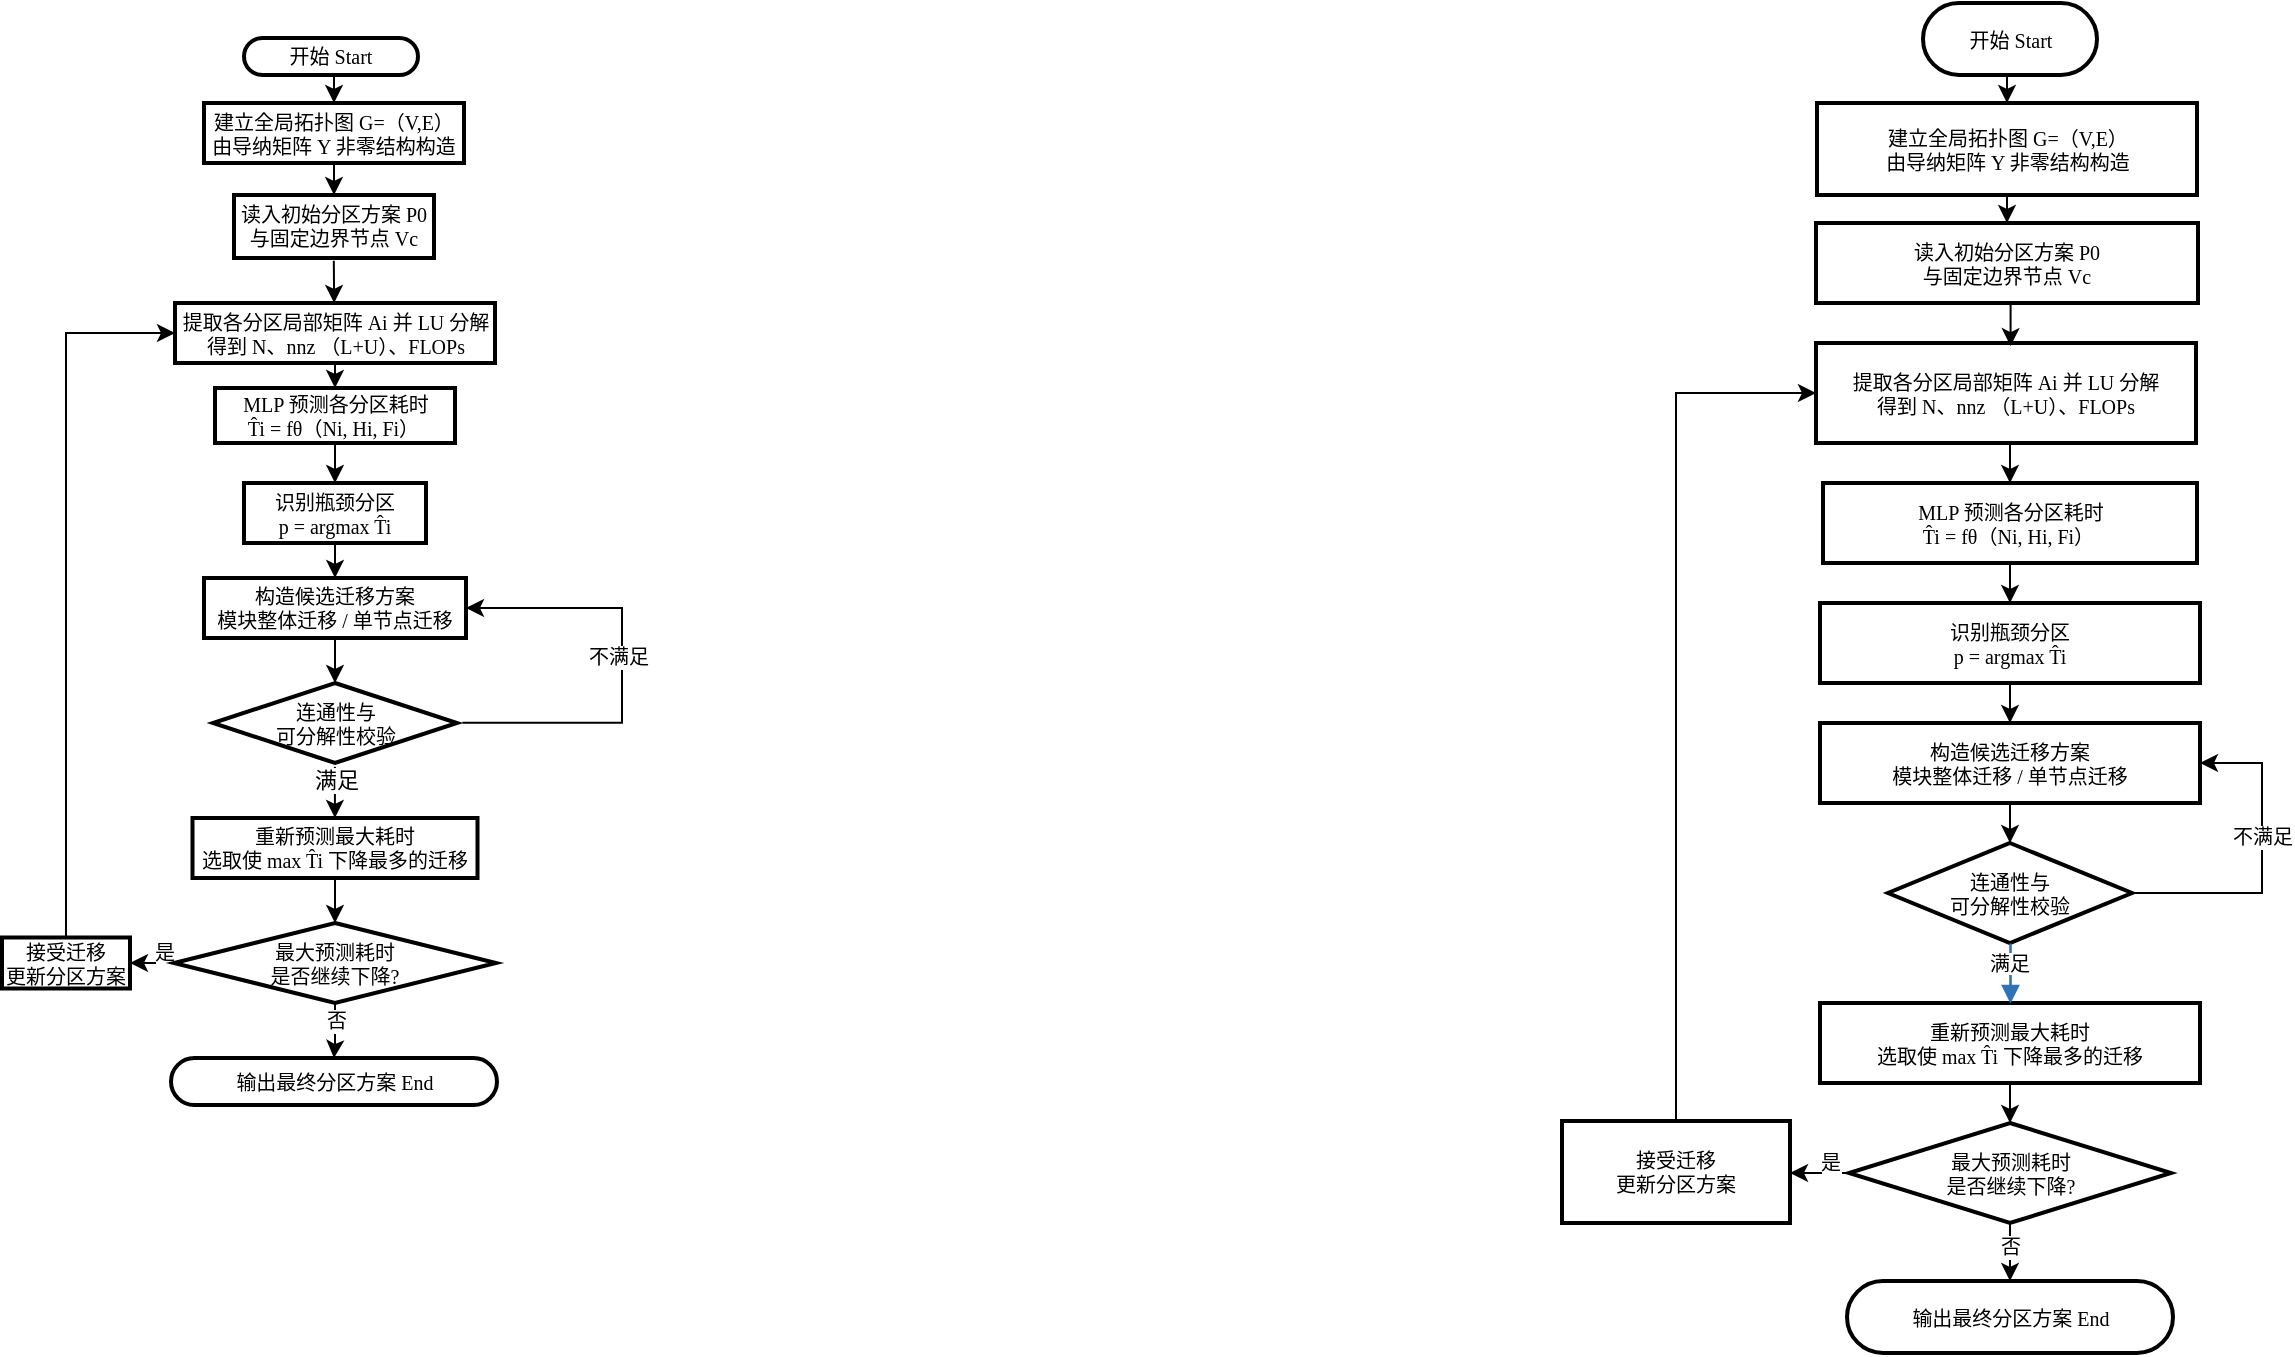
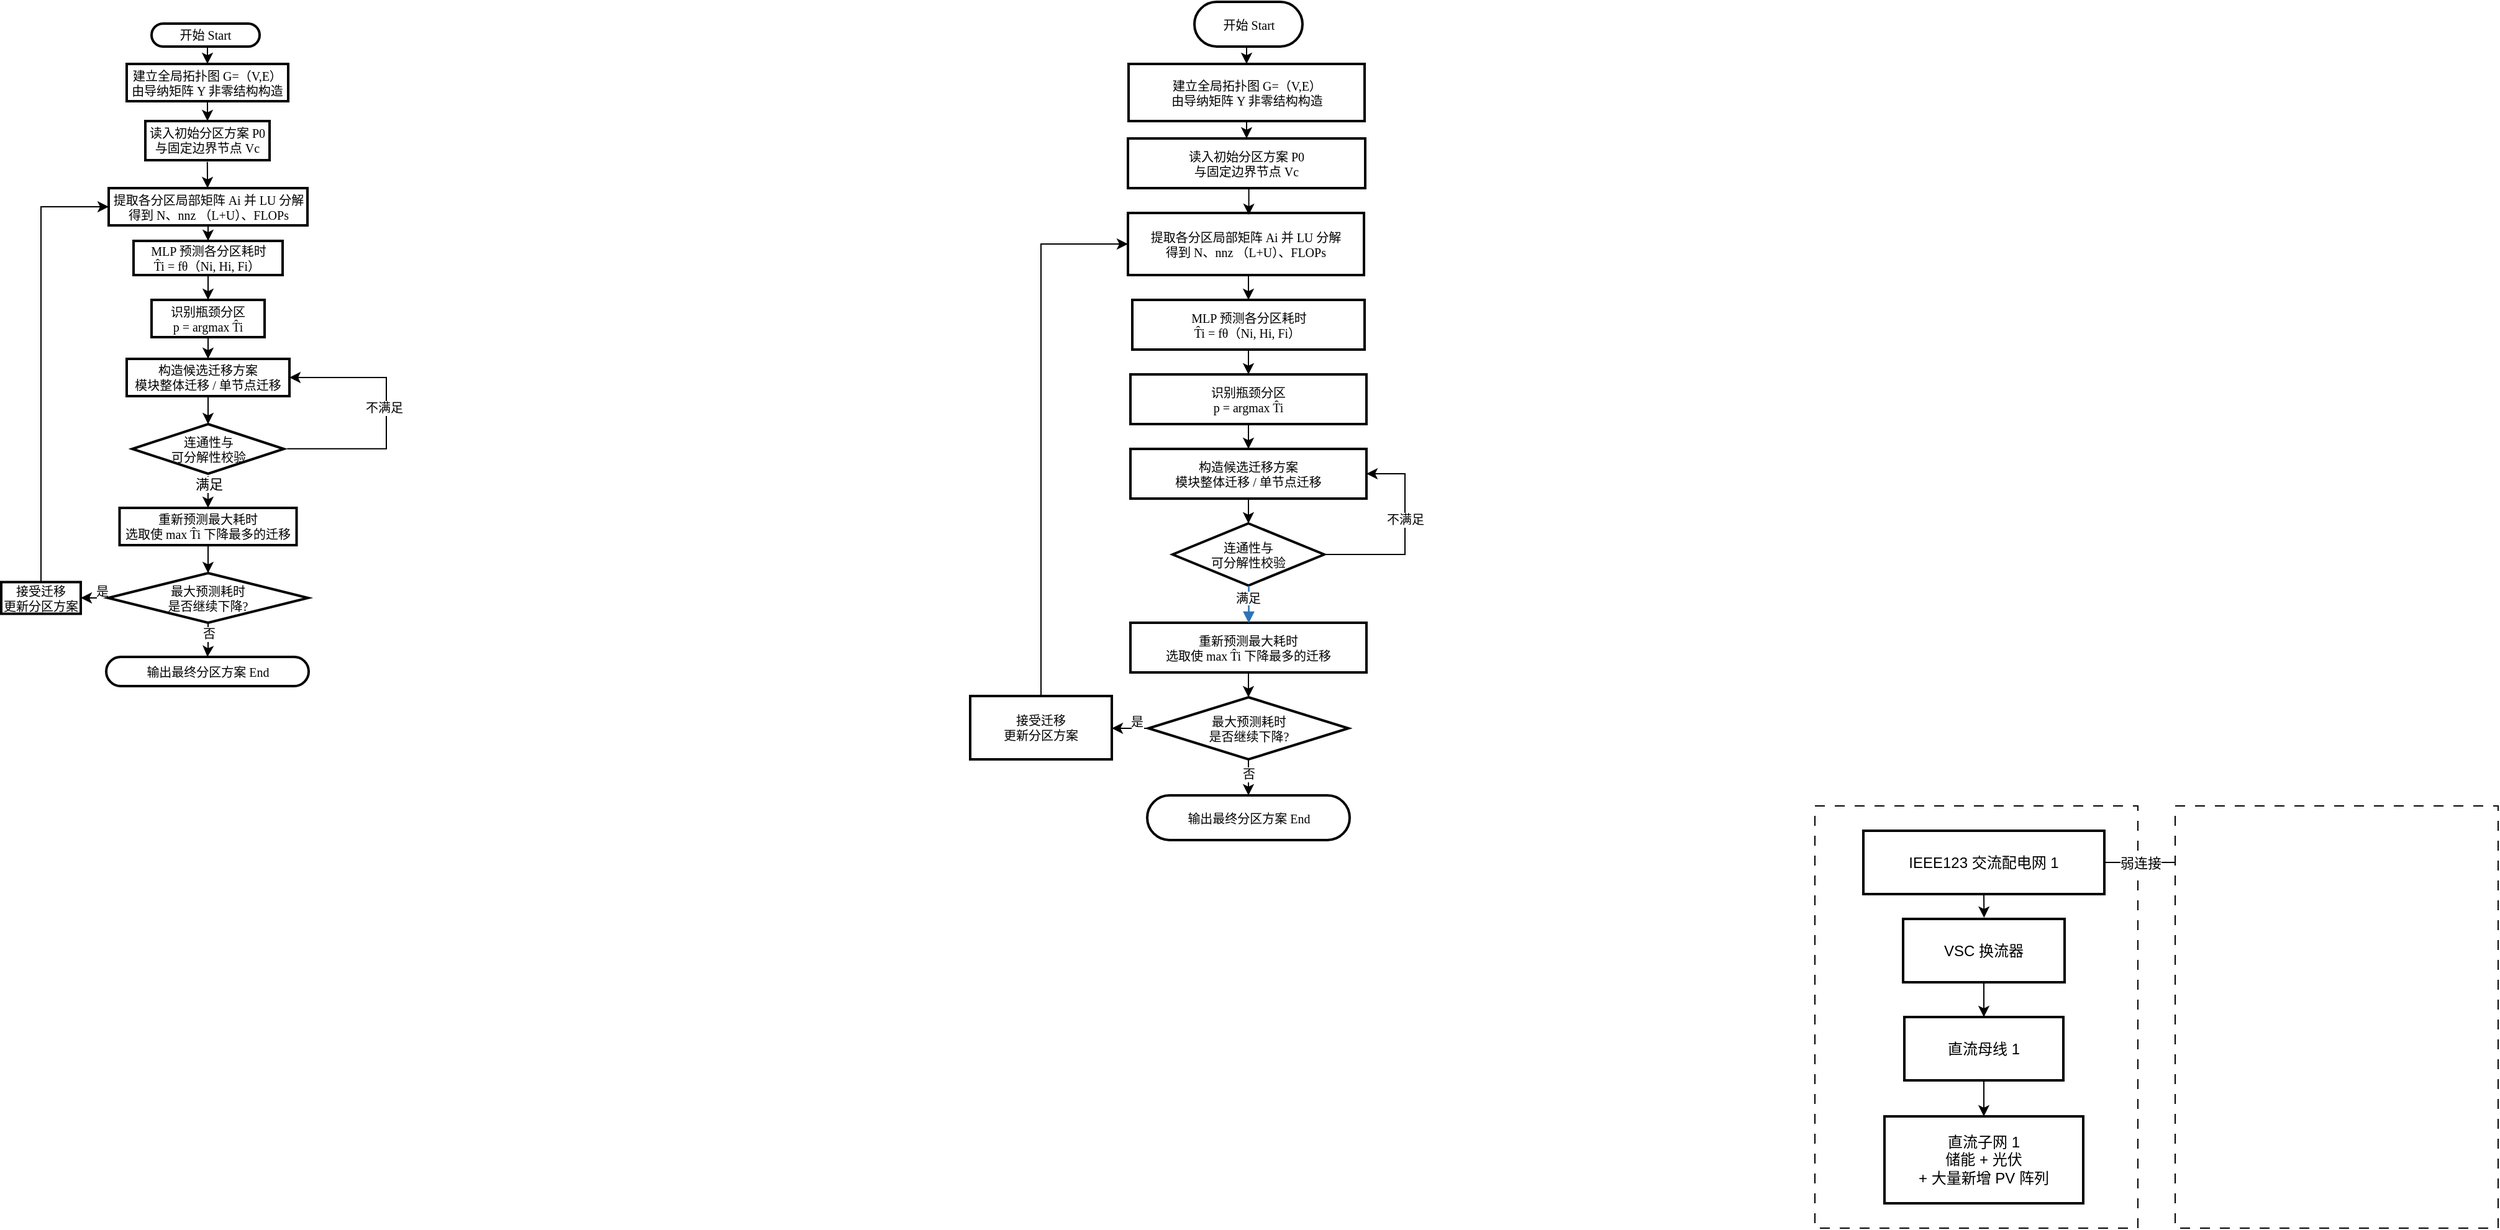
<mxfile host="app.diagrams.net">
  <diagram id="C5RBs43oDa-KdzZeNtuy" name="Page-1">
-     <mxGraphModel dx="2720" dy="603" grid="1" gridSize="10" guides="1" tooltips="1" connect="1" arrows="1" fold="1" page="0" pageScale="1" pageWidth="827" pageHeight="1169" math="0" shadow="0">
+     <mxGraphModel dx="2480" dy="474" grid="1" gridSize="10" guides="1" tooltips="1" connect="1" arrows="0" fold="1" page="0" pageScale="1" pageWidth="827" pageHeight="1169" math="0" shadow="0">
      <root>
        <mxCell id="WIyWlLk6GJQsqaUBKTNV-0" />
        <mxCell id="WIyWlLk6GJQsqaUBKTNV-1" parent="WIyWlLk6GJQsqaUBKTNV-0" />
+         <mxCell id="Rnd2EKu7hbV3BZERFTsq-198" parent="WIyWlLk6GJQsqaUBKTNV-1" style="rounded=0;whiteSpace=wrap;html=1;dashed=1;dashPattern=8 8;" value="" vertex="1">
+           <mxGeometry height="340" width="260" x="30" y="950" as="geometry" />
+         </mxCell>
        <mxCell id="Rnd2EKu7hbV3BZERFTsq-74" edge="1" parent="WIyWlLk6GJQsqaUBKTNV-1" source="Rnd2EKu7hbV3BZERFTsq-25" style="edgeStyle=orthogonalEdgeStyle;rounded=0;orthogonalLoop=1;jettySize=auto;html=1;exitX=0.5;exitY=1;exitDx=0;exitDy=0;entryX=0.5;entryY=0;entryDx=0;entryDy=0;fontSize=10;fontFamily=Times New Roman;labelBorderColor=none;" target="Rnd2EKu7hbV3BZERFTsq-26">
          <mxGeometry relative="1" as="geometry" />
        </mxCell>
        <mxCell id="Rnd2EKu7hbV3BZERFTsq-25" parent="WIyWlLk6GJQsqaUBKTNV-1" style="rounded=1;whiteSpace=wrap;arcSize=50;strokeWidth=2;fontFamily=Times New Roman;fillColor=none;fontSize=10;labelBorderColor=none;align=center;" value="开始 Start" vertex="1">
          <mxGeometry height="18.5" width="87" x="-1309" y="320" as="geometry" />
        </mxCell>
        <mxCell id="Rnd2EKu7hbV3BZERFTsq-77" edge="1" parent="WIyWlLk6GJQsqaUBKTNV-1" source="Rnd2EKu7hbV3BZERFTsq-26" style="edgeStyle=orthogonalEdgeStyle;rounded=0;orthogonalLoop=1;jettySize=auto;html=1;exitX=0.5;exitY=1;exitDx=0;exitDy=0;entryX=0.5;entryY=0;entryDx=0;entryDy=0;fontSize=10;fontFamily=Times New Roman;labelBorderColor=none;" target="Rnd2EKu7hbV3BZERFTsq-27">
          <mxGeometry relative="1" as="geometry" />
        </mxCell>
        <mxCell id="Rnd2EKu7hbV3BZERFTsq-26" parent="WIyWlLk6GJQsqaUBKTNV-1" style="whiteSpace=wrap;strokeWidth=2;fontFamily=Times New Roman;fontSize=10;labelBorderColor=none;align=center;" value="建立全局拓扑图 G=（V,E）&#xa;由导纳矩阵 Y 非零结构构造" vertex="1">
          <mxGeometry height="30" width="130" x="-1329" y="352.5" as="geometry" />
        </mxCell>
        <mxCell id="Rnd2EKu7hbV3BZERFTsq-27" parent="WIyWlLk6GJQsqaUBKTNV-1" style="whiteSpace=wrap;strokeWidth=2;fontFamily=Times New Roman;fontSize=10;labelBorderColor=none;align=center;" value="读入初始分区方案 P0&#xa;与固定边界节点 Vc" vertex="1">
          <mxGeometry height="31.5" width="100" x="-1314" y="398.5" as="geometry" />
        </mxCell>
        <mxCell id="Rnd2EKu7hbV3BZERFTsq-81" edge="1" parent="WIyWlLk6GJQsqaUBKTNV-1" source="Rnd2EKu7hbV3BZERFTsq-28" style="edgeStyle=orthogonalEdgeStyle;rounded=0;orthogonalLoop=1;jettySize=auto;html=1;exitX=0.5;exitY=1;exitDx=0;exitDy=0;entryX=0.5;entryY=0;entryDx=0;entryDy=0;fontSize=10;fontFamily=Times New Roman;labelBorderColor=none;" target="Rnd2EKu7hbV3BZERFTsq-29">
          <mxGeometry relative="1" as="geometry" />
        </mxCell>
        <mxCell id="Rnd2EKu7hbV3BZERFTsq-28" parent="WIyWlLk6GJQsqaUBKTNV-1" style="whiteSpace=wrap;strokeWidth=2;fontFamily=Times New Roman;fontSize=10;labelBorderColor=none;align=center;" value="提取各分区局部矩阵 Ai 并 LU 分解&#xa;得到 N、nnz （L+U）、FLOPs" vertex="1">
          <mxGeometry height="30" width="160" x="-1343.5" y="452.5" as="geometry" />
        </mxCell>
        <mxCell id="Rnd2EKu7hbV3BZERFTsq-53" edge="1" parent="WIyWlLk6GJQsqaUBKTNV-1" source="Rnd2EKu7hbV3BZERFTsq-29" style="edgeStyle=orthogonalEdgeStyle;rounded=0;orthogonalLoop=1;jettySize=auto;html=1;exitX=0.5;exitY=1;exitDx=0;exitDy=0;entryX=0.5;entryY=0;entryDx=0;entryDy=0;fontSize=10;fontFamily=Times New Roman;labelBorderColor=none;" target="Rnd2EKu7hbV3BZERFTsq-30">
          <mxGeometry relative="1" as="geometry" />
        </mxCell>
        <mxCell id="Rnd2EKu7hbV3BZERFTsq-29" parent="WIyWlLk6GJQsqaUBKTNV-1" style="whiteSpace=wrap;strokeWidth=2;fontFamily=Times New Roman;fontSize=10;labelBorderColor=none;align=center;" value="MLP 预测各分区耗时&#xa;T̂i = fθ（Ni, Hi, Fi） " vertex="1">
          <mxGeometry height="27.5" width="120" x="-1323.5" y="495" as="geometry" />
        </mxCell>
        <mxCell id="Rnd2EKu7hbV3BZERFTsq-60" edge="1" parent="WIyWlLk6GJQsqaUBKTNV-1" source="Rnd2EKu7hbV3BZERFTsq-30" style="edgeStyle=orthogonalEdgeStyle;rounded=0;orthogonalLoop=1;jettySize=auto;html=1;exitX=0.5;exitY=1;exitDx=0;exitDy=0;entryX=0.5;entryY=0;entryDx=0;entryDy=0;fontSize=10;fontFamily=Times New Roman;labelBorderColor=none;" target="Rnd2EKu7hbV3BZERFTsq-31">
          <mxGeometry relative="1" as="geometry" />
        </mxCell>
        <mxCell id="Rnd2EKu7hbV3BZERFTsq-30" parent="WIyWlLk6GJQsqaUBKTNV-1" style="whiteSpace=wrap;strokeWidth=2;fontFamily=Times New Roman;fontSize=10;labelBorderColor=none;align=center;" value="识别瓶颈分区&#xa;p = argmax T̂i" vertex="1">
          <mxGeometry height="30" width="91" x="-1309" y="542.5" as="geometry" />
        </mxCell>
        <mxCell id="Rnd2EKu7hbV3BZERFTsq-83" edge="1" parent="WIyWlLk6GJQsqaUBKTNV-1" source="Rnd2EKu7hbV3BZERFTsq-31" style="edgeStyle=orthogonalEdgeStyle;rounded=0;orthogonalLoop=1;jettySize=auto;html=1;exitX=0.5;exitY=1;exitDx=0;exitDy=0;entryX=0.5;entryY=0;entryDx=0;entryDy=0;fontSize=10;fontFamily=Times New Roman;labelBorderColor=none;" target="Rnd2EKu7hbV3BZERFTsq-32">
          <mxGeometry relative="1" as="geometry" />
        </mxCell>
        <mxCell id="Rnd2EKu7hbV3BZERFTsq-31" parent="WIyWlLk6GJQsqaUBKTNV-1" style="whiteSpace=wrap;strokeWidth=2;fontFamily=Times New Roman;fontSize=10;labelBorderColor=none;align=center;" value="构造候选迁移方案&#xa;模块整体迁移 / 单节点迁移" vertex="1">
          <mxGeometry height="30" width="131" x="-1329" y="590" as="geometry" />
        </mxCell>
        <mxCell id="Rnd2EKu7hbV3BZERFTsq-62" edge="1" parent="WIyWlLk6GJQsqaUBKTNV-1" source="Rnd2EKu7hbV3BZERFTsq-32" style="edgeStyle=orthogonalEdgeStyle;rounded=0;orthogonalLoop=1;jettySize=auto;html=1;exitX=1.022;exitY=0.498;exitDx=0;exitDy=0;entryX=1;entryY=0.5;entryDx=0;entryDy=0;fontSize=10;fontFamily=Times New Roman;labelBorderColor=none;exitPerimeter=0;" target="Rnd2EKu7hbV3BZERFTsq-31">
          <mxGeometry relative="1" as="geometry">
            <Array as="points">
              <mxPoint x="-1120" y="662" />
              <mxPoint x="-1120" y="605" />
            </Array>
            <mxPoint x="-1198.982" y="662.5" as="sourcePoint" />
            <mxPoint x="-1196.8" y="613.6" as="targetPoint" />
          </mxGeometry>
        </mxCell>
        <mxCell id="Rnd2EKu7hbV3BZERFTsq-63" connectable="0" parent="Rnd2EKu7hbV3BZERFTsq-62" style="edgeLabel;html=1;align=center;verticalAlign=middle;resizable=0;points=[];fontSize=10;fontFamily=Times New Roman;labelBorderColor=none;" value="不满足" vertex="1">
          <mxGeometry relative="1" x="0.1893" y="-3" as="geometry">
            <mxPoint x="-5" y="15" as="offset" />
          </mxGeometry>
        </mxCell>
        <mxCell id="Rnd2EKu7hbV3BZERFTsq-32" parent="WIyWlLk6GJQsqaUBKTNV-1" style="rhombus;strokeWidth=2;whiteSpace=wrap;fontFamily=Times New Roman;fontSize=10;labelBorderColor=none;align=center;" value="连通性与&#xa;可分解性校验" vertex="1">
          <mxGeometry height="40" width="122" x="-1324.5" y="642.5" as="geometry" />
        </mxCell>
        <mxCell id="Rnd2EKu7hbV3BZERFTsq-85" edge="1" parent="WIyWlLk6GJQsqaUBKTNV-1" source="Rnd2EKu7hbV3BZERFTsq-33" style="edgeStyle=orthogonalEdgeStyle;rounded=0;orthogonalLoop=1;jettySize=auto;html=1;exitX=0.5;exitY=1;exitDx=0;exitDy=0;entryX=0.5;entryY=0;entryDx=0;entryDy=0;fontSize=10;fontFamily=Times New Roman;labelBorderColor=none;" target="Rnd2EKu7hbV3BZERFTsq-34">
          <mxGeometry relative="1" as="geometry" />
        </mxCell>
        <mxCell id="Rnd2EKu7hbV3BZERFTsq-33" parent="WIyWlLk6GJQsqaUBKTNV-1" style="whiteSpace=wrap;strokeWidth=2;fontFamily=Times New Roman;fontSize=10;labelBorderColor=none;align=center;" value="重新预测最大耗时&#xa;选取使 max T̂i 下降最多的迁移" vertex="1">
          <mxGeometry height="30" width="142.5" x="-1334.75" y="710" as="geometry" />
        </mxCell>
        <mxCell id="Rnd2EKu7hbV3BZERFTsq-57" edge="1" parent="WIyWlLk6GJQsqaUBKTNV-1" source="Rnd2EKu7hbV3BZERFTsq-34" style="edgeStyle=orthogonalEdgeStyle;rounded=0;orthogonalLoop=1;jettySize=auto;html=1;exitX=0.5;exitY=1;exitDx=0;exitDy=0;fontSize=10;fontFamily=Times New Roman;labelBorderColor=none;" target="Rnd2EKu7hbV3BZERFTsq-36">
          <mxGeometry relative="1" as="geometry" />
        </mxCell>
        <mxCell id="Rnd2EKu7hbV3BZERFTsq-65" connectable="0" parent="Rnd2EKu7hbV3BZERFTsq-57" style="edgeLabel;html=1;align=center;verticalAlign=middle;resizable=0;points=[];fontSize=10;fontFamily=Times New Roman;labelBorderColor=none;" value="否" vertex="1">
          <mxGeometry relative="1" x="-0.5098" y="-1" as="geometry">
            <mxPoint x="1" y="1" as="offset" />
          </mxGeometry>
        </mxCell>
        <mxCell id="Rnd2EKu7hbV3BZERFTsq-66" edge="1" parent="WIyWlLk6GJQsqaUBKTNV-1" source="Rnd2EKu7hbV3BZERFTsq-34" style="edgeStyle=orthogonalEdgeStyle;rounded=0;orthogonalLoop=1;jettySize=auto;html=1;exitX=0;exitY=0.5;exitDx=0;exitDy=0;entryX=1;entryY=0.5;entryDx=0;entryDy=0;fontSize=10;fontFamily=Times New Roman;labelBorderColor=none;" target="Rnd2EKu7hbV3BZERFTsq-35">
          <mxGeometry relative="1" as="geometry" />
        </mxCell>
        <mxCell id="Rnd2EKu7hbV3BZERFTsq-67" connectable="0" parent="Rnd2EKu7hbV3BZERFTsq-66" style="edgeLabel;html=1;align=center;verticalAlign=middle;resizable=0;points=[];fontSize=10;fontFamily=Times New Roman;labelBorderColor=none;" value="是" vertex="1">
          <mxGeometry relative="1" x="0.0617" y="-6" as="geometry">
            <mxPoint x="6" as="offset" />
          </mxGeometry>
        </mxCell>
        <mxCell id="Rnd2EKu7hbV3BZERFTsq-34" parent="WIyWlLk6GJQsqaUBKTNV-1" style="rhombus;strokeWidth=2;whiteSpace=wrap;fontFamily=Times New Roman;fontSize=10;labelBorderColor=none;align=center;" value="最大预测耗时&#xa;是否继续下降?" vertex="1">
          <mxGeometry height="40" width="161" x="-1344" y="762.5" as="geometry" />
        </mxCell>
        <mxCell id="Rnd2EKu7hbV3BZERFTsq-70" edge="1" parent="WIyWlLk6GJQsqaUBKTNV-1" source="Rnd2EKu7hbV3BZERFTsq-35" style="edgeStyle=orthogonalEdgeStyle;rounded=0;orthogonalLoop=1;jettySize=auto;html=1;exitX=0.5;exitY=0;exitDx=0;exitDy=0;entryX=0;entryY=0.5;entryDx=0;entryDy=0;fontSize=10;fontFamily=Times New Roman;labelBorderColor=none;" target="Rnd2EKu7hbV3BZERFTsq-28">
          <mxGeometry relative="1" as="geometry" />
        </mxCell>
        <mxCell id="Rnd2EKu7hbV3BZERFTsq-35" parent="WIyWlLk6GJQsqaUBKTNV-1" style="whiteSpace=wrap;strokeWidth=2;fontFamily=Times New Roman;fontSize=10;labelBorderColor=none;" value="接受迁移&#xa;更新分区方案" vertex="1">
          <mxGeometry height="25.5" width="64" x="-1430" y="769.75" as="geometry" />
        </mxCell>
        <mxCell id="Rnd2EKu7hbV3BZERFTsq-36" parent="WIyWlLk6GJQsqaUBKTNV-1" style="rounded=1;whiteSpace=wrap;arcSize=50;strokeWidth=2;fontFamily=Times New Roman;fontSize=10;labelBorderColor=none;align=center;" value="输出最终分区方案 End" vertex="1">
          <mxGeometry height="23.5" width="163" x="-1345.5" y="830" as="geometry" />
        </mxCell>
        <mxCell id="Rnd2EKu7hbV3BZERFTsq-69" edge="1" parent="WIyWlLk6GJQsqaUBKTNV-1" source="Rnd2EKu7hbV3BZERFTsq-32" style="edgeStyle=orthogonalEdgeStyle;rounded=0;orthogonalLoop=1;jettySize=auto;html=1;exitX=0.5;exitY=1;exitDx=0;exitDy=0;fontSize=10;fontFamily=Times New Roman;labelBorderColor=none;" target="Rnd2EKu7hbV3BZERFTsq-32">
          <mxGeometry relative="1" as="geometry" />
        </mxCell>
        <mxCell id="Rnd2EKu7hbV3BZERFTsq-123" edge="1" parent="WIyWlLk6GJQsqaUBKTNV-1" source="Rnd2EKu7hbV3BZERFTsq-124" style="edgeStyle=orthogonalEdgeStyle;rounded=0;orthogonalLoop=1;jettySize=auto;html=1;exitX=0.5;exitY=1;exitDx=0;exitDy=0;entryX=0.5;entryY=0;entryDx=0;entryDy=0;fontSize=10;fontFamily=Times New Roman;labelBorderColor=none;" target="Rnd2EKu7hbV3BZERFTsq-126">
          <mxGeometry relative="1" as="geometry" />
        </mxCell>
        <mxCell id="Rnd2EKu7hbV3BZERFTsq-124" parent="WIyWlLk6GJQsqaUBKTNV-1" style="rounded=1;whiteSpace=wrap;arcSize=50;strokeWidth=2;fontFamily=Times New Roman;fillColor=none;fontSize=10;labelBorderColor=none;" value="开始 Start" vertex="1">
          <mxGeometry height="36" width="87" x="-469.5" y="302.5" as="geometry" />
        </mxCell>
        <mxCell id="Rnd2EKu7hbV3BZERFTsq-125" edge="1" parent="WIyWlLk6GJQsqaUBKTNV-1" source="Rnd2EKu7hbV3BZERFTsq-126" style="edgeStyle=orthogonalEdgeStyle;rounded=0;orthogonalLoop=1;jettySize=auto;html=1;exitX=0.5;exitY=1;exitDx=0;exitDy=0;entryX=0.5;entryY=0;entryDx=0;entryDy=0;fontSize=10;fontFamily=Times New Roman;labelBorderColor=none;" target="Rnd2EKu7hbV3BZERFTsq-127">
          <mxGeometry relative="1" as="geometry" />
        </mxCell>
        <mxCell id="Rnd2EKu7hbV3BZERFTsq-126" parent="WIyWlLk6GJQsqaUBKTNV-1" style="whiteSpace=wrap;strokeWidth=2;fontFamily=Times New Roman;fontSize=10;labelBorderColor=none;" value="建立全局拓扑图 G=（V,E）&#xa;由导纳矩阵 Y 非零结构构造" vertex="1">
          <mxGeometry height="46" width="190" x="-522.5" y="352.5" as="geometry" />
        </mxCell>
        <mxCell id="Rnd2EKu7hbV3BZERFTsq-127" parent="WIyWlLk6GJQsqaUBKTNV-1" style="whiteSpace=wrap;strokeWidth=2;fontFamily=Times New Roman;fontSize=10;labelBorderColor=none;" value="读入初始分区方案 P0&#xa;与固定边界节点 Vc" vertex="1">
          <mxGeometry height="40" width="191" x="-523" y="412.5" as="geometry" />
        </mxCell>
        <mxCell id="Rnd2EKu7hbV3BZERFTsq-128" edge="1" parent="WIyWlLk6GJQsqaUBKTNV-1" source="Rnd2EKu7hbV3BZERFTsq-129" style="edgeStyle=orthogonalEdgeStyle;rounded=0;orthogonalLoop=1;jettySize=auto;html=1;exitX=0.5;exitY=1;exitDx=0;exitDy=0;entryX=0.5;entryY=0;entryDx=0;entryDy=0;fontSize=10;fontFamily=Times New Roman;labelBorderColor=none;" target="Rnd2EKu7hbV3BZERFTsq-131">
          <mxGeometry relative="1" as="geometry" />
        </mxCell>
        <mxCell id="Rnd2EKu7hbV3BZERFTsq-129" parent="WIyWlLk6GJQsqaUBKTNV-1" style="whiteSpace=wrap;strokeWidth=2;fontFamily=Times New Roman;fontSize=10;labelBorderColor=none;" value="提取各分区局部矩阵 Ai 并 LU 分解&#xa;得到 N、nnz （L+U）、FLOPs" vertex="1">
          <mxGeometry height="50" width="190" x="-523" y="472.5" as="geometry" />
        </mxCell>
        <mxCell id="Rnd2EKu7hbV3BZERFTsq-130" edge="1" parent="WIyWlLk6GJQsqaUBKTNV-1" source="Rnd2EKu7hbV3BZERFTsq-131" style="edgeStyle=orthogonalEdgeStyle;rounded=0;orthogonalLoop=1;jettySize=auto;html=1;exitX=0.5;exitY=1;exitDx=0;exitDy=0;entryX=0.5;entryY=0;entryDx=0;entryDy=0;fontSize=10;fontFamily=Times New Roman;labelBorderColor=none;" target="Rnd2EKu7hbV3BZERFTsq-133">
          <mxGeometry relative="1" as="geometry" />
        </mxCell>
        <mxCell id="Rnd2EKu7hbV3BZERFTsq-131" parent="WIyWlLk6GJQsqaUBKTNV-1" style="whiteSpace=wrap;strokeWidth=2;fontFamily=Times New Roman;fontSize=10;labelBorderColor=none;" value="MLP 预测各分区耗时&#xa;T̂i = fθ（Ni, Hi, Fi） " vertex="1">
          <mxGeometry height="40" width="187" x="-519.5" y="542.5" as="geometry" />
        </mxCell>
        <mxCell id="Rnd2EKu7hbV3BZERFTsq-132" edge="1" parent="WIyWlLk6GJQsqaUBKTNV-1" source="Rnd2EKu7hbV3BZERFTsq-133" style="edgeStyle=orthogonalEdgeStyle;rounded=0;orthogonalLoop=1;jettySize=auto;html=1;exitX=0.5;exitY=1;exitDx=0;exitDy=0;entryX=0.5;entryY=0;entryDx=0;entryDy=0;fontSize=10;fontFamily=Times New Roman;labelBorderColor=none;" target="Rnd2EKu7hbV3BZERFTsq-135">
          <mxGeometry relative="1" as="geometry" />
        </mxCell>
        <mxCell id="Rnd2EKu7hbV3BZERFTsq-133" parent="WIyWlLk6GJQsqaUBKTNV-1" style="whiteSpace=wrap;strokeWidth=2;fontFamily=Times New Roman;fontSize=10;labelBorderColor=none;" value="识别瓶颈分区&#xa;p = argmax T̂i" vertex="1">
          <mxGeometry height="40" width="190" x="-521" y="602.5" as="geometry" />
        </mxCell>
        <mxCell id="Rnd2EKu7hbV3BZERFTsq-134" edge="1" parent="WIyWlLk6GJQsqaUBKTNV-1" source="Rnd2EKu7hbV3BZERFTsq-135" style="edgeStyle=orthogonalEdgeStyle;rounded=0;orthogonalLoop=1;jettySize=auto;html=1;exitX=0.5;exitY=1;exitDx=0;exitDy=0;entryX=0.5;entryY=0;entryDx=0;entryDy=0;fontSize=10;fontFamily=Times New Roman;labelBorderColor=none;" target="Rnd2EKu7hbV3BZERFTsq-138">
          <mxGeometry relative="1" as="geometry" />
        </mxCell>
        <mxCell id="Rnd2EKu7hbV3BZERFTsq-135" parent="WIyWlLk6GJQsqaUBKTNV-1" style="whiteSpace=wrap;strokeWidth=2;fontFamily=Times New Roman;fontSize=10;labelBorderColor=none;" value="构造候选迁移方案&#xa;模块整体迁移 / 单节点迁移" vertex="1">
          <mxGeometry height="40" width="190" x="-521" y="662.5" as="geometry" />
        </mxCell>
        <mxCell id="Rnd2EKu7hbV3BZERFTsq-136" edge="1" parent="WIyWlLk6GJQsqaUBKTNV-1" source="Rnd2EKu7hbV3BZERFTsq-138" style="edgeStyle=orthogonalEdgeStyle;rounded=0;orthogonalLoop=1;jettySize=auto;html=1;exitX=1;exitY=0.5;exitDx=0;exitDy=0;entryX=1;entryY=0.5;entryDx=0;entryDy=0;fontSize=10;fontFamily=Times New Roman;labelBorderColor=none;" target="Rnd2EKu7hbV3BZERFTsq-135">
          <mxGeometry relative="1" as="geometry">
            <Array as="points">
              <mxPoint x="-300" y="747.5" />
              <mxPoint x="-300" y="682.5" />
            </Array>
          </mxGeometry>
        </mxCell>
        <mxCell id="Rnd2EKu7hbV3BZERFTsq-137" connectable="0" parent="Rnd2EKu7hbV3BZERFTsq-136" style="edgeLabel;html=1;align=center;verticalAlign=middle;resizable=0;points=[];fontSize=10;fontFamily=Times New Roman;labelBorderColor=none;" value="不满足" vertex="1">
          <mxGeometry relative="1" x="0.1893" y="-3" as="geometry">
            <mxPoint x="-3" y="2" as="offset" />
          </mxGeometry>
        </mxCell>
        <mxCell id="Rnd2EKu7hbV3BZERFTsq-138" parent="WIyWlLk6GJQsqaUBKTNV-1" style="rhombus;strokeWidth=2;whiteSpace=wrap;fontFamily=Times New Roman;fontSize=10;labelBorderColor=none;" value="连通性与&#xa;可分解性校验" vertex="1">
          <mxGeometry height="50" width="122" x="-487" y="722.5" as="geometry" />
        </mxCell>
        <mxCell id="Rnd2EKu7hbV3BZERFTsq-139" edge="1" parent="WIyWlLk6GJQsqaUBKTNV-1" source="Rnd2EKu7hbV3BZERFTsq-140" style="edgeStyle=orthogonalEdgeStyle;rounded=0;orthogonalLoop=1;jettySize=auto;html=1;exitX=0.5;exitY=1;exitDx=0;exitDy=0;entryX=0.5;entryY=0;entryDx=0;entryDy=0;fontSize=10;fontFamily=Times New Roman;labelBorderColor=none;" target="Rnd2EKu7hbV3BZERFTsq-145">
          <mxGeometry relative="1" as="geometry" />
        </mxCell>
        <mxCell id="Rnd2EKu7hbV3BZERFTsq-140" parent="WIyWlLk6GJQsqaUBKTNV-1" style="whiteSpace=wrap;strokeWidth=2;fontFamily=Times New Roman;fontSize=10;labelBorderColor=none;" value="重新预测最大耗时&#xa;选取使 max T̂i 下降最多的迁移" vertex="1">
          <mxGeometry height="40" width="190" x="-521" y="802.5" as="geometry" />
        </mxCell>
        <mxCell id="Rnd2EKu7hbV3BZERFTsq-141" edge="1" parent="WIyWlLk6GJQsqaUBKTNV-1" source="Rnd2EKu7hbV3BZERFTsq-145" style="edgeStyle=orthogonalEdgeStyle;rounded=0;orthogonalLoop=1;jettySize=auto;html=1;exitX=0.5;exitY=1;exitDx=0;exitDy=0;fontSize=10;fontFamily=Times New Roman;labelBorderColor=none;" target="Rnd2EKu7hbV3BZERFTsq-148">
          <mxGeometry relative="1" as="geometry" />
        </mxCell>
        <mxCell id="Rnd2EKu7hbV3BZERFTsq-142" connectable="0" parent="Rnd2EKu7hbV3BZERFTsq-141" style="edgeLabel;html=1;align=center;verticalAlign=middle;resizable=0;points=[];fontSize=10;fontFamily=Times New Roman;labelBorderColor=none;" value="否" vertex="1">
          <mxGeometry relative="1" x="-0.5098" y="-1" as="geometry">
            <mxPoint x="1" y="-1" as="offset" />
          </mxGeometry>
        </mxCell>
        <mxCell id="Rnd2EKu7hbV3BZERFTsq-143" edge="1" parent="WIyWlLk6GJQsqaUBKTNV-1" source="Rnd2EKu7hbV3BZERFTsq-145" style="edgeStyle=orthogonalEdgeStyle;rounded=0;orthogonalLoop=1;jettySize=auto;html=1;exitX=0;exitY=0.5;exitDx=0;exitDy=0;entryX=1;entryY=0.5;entryDx=0;entryDy=0;fontSize=10;fontFamily=Times New Roman;labelBorderColor=none;" target="Rnd2EKu7hbV3BZERFTsq-147">
          <mxGeometry relative="1" as="geometry" />
        </mxCell>
        <mxCell id="Rnd2EKu7hbV3BZERFTsq-144" connectable="0" parent="Rnd2EKu7hbV3BZERFTsq-143" style="edgeLabel;html=1;align=center;verticalAlign=middle;resizable=0;points=[];fontSize=10;fontFamily=Times New Roman;labelBorderColor=none;" value="是" vertex="1">
          <mxGeometry relative="1" x="0.0617" y="-6" as="geometry">
            <mxPoint x="6" as="offset" />
          </mxGeometry>
        </mxCell>
        <mxCell id="Rnd2EKu7hbV3BZERFTsq-145" parent="WIyWlLk6GJQsqaUBKTNV-1" style="rhombus;strokeWidth=2;whiteSpace=wrap;fontFamily=Times New Roman;fontSize=10;labelBorderColor=none;" value="最大预测耗时&#xa;是否继续下降?" vertex="1">
          <mxGeometry height="50" width="161" x="-506.5" y="862.5" as="geometry" />
        </mxCell>
        <mxCell id="Rnd2EKu7hbV3BZERFTsq-146" edge="1" parent="WIyWlLk6GJQsqaUBKTNV-1" source="Rnd2EKu7hbV3BZERFTsq-147" style="edgeStyle=orthogonalEdgeStyle;rounded=0;orthogonalLoop=1;jettySize=auto;html=1;exitX=0.5;exitY=0;exitDx=0;exitDy=0;entryX=0;entryY=0.5;entryDx=0;entryDy=0;fontSize=10;fontFamily=Times New Roman;labelBorderColor=none;" target="Rnd2EKu7hbV3BZERFTsq-129">
          <mxGeometry relative="1" as="geometry" />
        </mxCell>
        <mxCell id="Rnd2EKu7hbV3BZERFTsq-147" parent="WIyWlLk6GJQsqaUBKTNV-1" style="whiteSpace=wrap;strokeWidth=2;fontFamily=Times New Roman;fontSize=10;labelBorderColor=none;" value="接受迁移&#xa;更新分区方案" vertex="1">
          <mxGeometry height="51" width="114" x="-650" y="861.5" as="geometry" />
        </mxCell>
        <mxCell id="Rnd2EKu7hbV3BZERFTsq-148" parent="WIyWlLk6GJQsqaUBKTNV-1" style="rounded=1;whiteSpace=wrap;arcSize=50;strokeWidth=2;fontFamily=Times New Roman;fontSize=10;labelBorderColor=none;" value="输出最终分区方案 End" vertex="1">
          <mxGeometry height="36" width="163" x="-507.5" y="941.5" as="geometry" />
        </mxCell>
        <mxCell id="Rnd2EKu7hbV3BZERFTsq-149" edge="1" parent="WIyWlLk6GJQsqaUBKTNV-1" source="Rnd2EKu7hbV3BZERFTsq-138" style="curved=1;startArrow=none;endArrow=block;strokeColor=#2E75B6;strokeWidth=1.3;;exitX=0.5;exitY=1;entryX=0.5;entryY=0;rounded=0;fontFamily=Times New Roman;fontSize=10;labelBorderColor=none;" target="Rnd2EKu7hbV3BZERFTsq-140" value="满足">
          <mxGeometry relative="1" x="-0.3335" as="geometry">
            <mxPoint as="offset" />
            <Array as="points" />
          </mxGeometry>
        </mxCell>
        <mxCell id="Rnd2EKu7hbV3BZERFTsq-150" edge="1" parent="WIyWlLk6GJQsqaUBKTNV-1" source="Rnd2EKu7hbV3BZERFTsq-138" style="edgeStyle=orthogonalEdgeStyle;rounded=0;orthogonalLoop=1;jettySize=auto;html=1;exitX=0.5;exitY=1;exitDx=0;exitDy=0;fontSize=10;fontFamily=Times New Roman;labelBorderColor=none;" target="Rnd2EKu7hbV3BZERFTsq-138">
          <mxGeometry relative="1" as="geometry" />
        </mxCell>
        <mxCell id="Rnd2EKu7hbV3BZERFTsq-151" edge="1" parent="WIyWlLk6GJQsqaUBKTNV-1" source="Rnd2EKu7hbV3BZERFTsq-127" style="edgeStyle=orthogonalEdgeStyle;rounded=0;orthogonalLoop=1;jettySize=auto;html=1;exitX=0.5;exitY=1;exitDx=0;exitDy=0;entryX=0.512;entryY=0.031;entryDx=0;entryDy=0;entryPerimeter=0;fontSize=10;fontFamily=Times New Roman;labelBorderColor=none;" target="Rnd2EKu7hbV3BZERFTsq-129">
          <mxGeometry relative="1" as="geometry" />
        </mxCell>
        <mxCell id="Rnd2EKu7hbV3BZERFTsq-166" edge="1" parent="WIyWlLk6GJQsqaUBKTNV-1" style="edgeStyle=orthogonalEdgeStyle;rounded=0;orthogonalLoop=1;jettySize=auto;html=1;entryX=0.498;entryY=-0.047;entryDx=0;entryDy=0;entryPerimeter=0;">
          <mxGeometry relative="1" as="geometry">
            <mxPoint x="-1264.1" y="431.4100000000001" as="sourcePoint" />
            <mxPoint x="-1263.9199999999998" y="452.50000000000006" as="targetPoint" />
          </mxGeometry>
        </mxCell>
        <mxCell id="Rnd2EKu7hbV3BZERFTsq-167" edge="1" parent="WIyWlLk6GJQsqaUBKTNV-1" style="edgeStyle=orthogonalEdgeStyle;rounded=0;orthogonalLoop=1;jettySize=auto;html=1;exitX=0.5;exitY=1;exitDx=0;exitDy=0;entryX=0.5;entryY=-0.064;entryDx=0;entryDy=0;entryPerimeter=0;">
          <mxGeometry relative="1" as="geometry">
            <mxPoint x="-1263.54" y="684.42" as="sourcePoint" />
            <mxPoint x="-1263.54" y="710" as="targetPoint" />
          </mxGeometry>
        </mxCell>
        <mxCell id="Rnd2EKu7hbV3BZERFTsq-168" connectable="0" parent="Rnd2EKu7hbV3BZERFTsq-167" style="edgeLabel;html=1;align=center;verticalAlign=middle;resizable=0;points=[];" value="满足" vertex="1">
          <mxGeometry relative="1" x="-0.5061" as="geometry">
            <mxPoint as="offset" />
          </mxGeometry>
        </mxCell>
+         <mxCell id="Rnd2EKu7hbV3BZERFTsq-185" edge="1" parent="WIyWlLk6GJQsqaUBKTNV-1" source="Rnd2EKu7hbV3BZERFTsq-169" style="edgeStyle=orthogonalEdgeStyle;rounded=0;orthogonalLoop=1;jettySize=auto;html=1;exitX=1;exitY=0.5;exitDx=0;exitDy=0;entryX=0;entryY=0.5;entryDx=0;entryDy=0;" target="Rnd2EKu7hbV3BZERFTsq-170">
+           <mxGeometry relative="1" as="geometry" />
+         </mxCell>
+         <mxCell id="Rnd2EKu7hbV3BZERFTsq-186" connectable="0" parent="Rnd2EKu7hbV3BZERFTsq-185" style="edgeLabel;html=1;align=center;verticalAlign=middle;resizable=0;points=[];" value="弱连接" vertex="1">
+           <mxGeometry relative="1" x="-0.1415" as="geometry">
+             <mxPoint as="offset" />
+           </mxGeometry>
+         </mxCell>
+         <mxCell id="Rnd2EKu7hbV3BZERFTsq-190" edge="1" parent="WIyWlLk6GJQsqaUBKTNV-1" source="Rnd2EKu7hbV3BZERFTsq-169" style="edgeStyle=orthogonalEdgeStyle;rounded=0;orthogonalLoop=1;jettySize=auto;html=1;exitX=0.5;exitY=1;exitDx=0;exitDy=0;">
+           <mxGeometry relative="1" as="geometry">
+             <mxPoint x="166.17647058823513" y="1040" as="targetPoint" />
+           </mxGeometry>
+         </mxCell>
+         <mxCell id="Rnd2EKu7hbV3BZERFTsq-169" parent="WIyWlLk6GJQsqaUBKTNV-1" style="whiteSpace=wrap;strokeWidth=2;fontFamily=Helvetica;" value="IEEE123 交流配电网 1" vertex="1">
+           <mxGeometry height="51" width="194" x="69" y="970" as="geometry" />
+         </mxCell>
+         <mxCell id="Rnd2EKu7hbV3BZERFTsq-193" edge="1" parent="WIyWlLk6GJQsqaUBKTNV-1" source="Rnd2EKu7hbV3BZERFTsq-170" style="edgeStyle=orthogonalEdgeStyle;rounded=0;orthogonalLoop=1;jettySize=auto;html=1;exitX=0.5;exitY=1;exitDx=0;exitDy=0;entryX=0.5;entryY=0;entryDx=0;entryDy=0;" target="Rnd2EKu7hbV3BZERFTsq-174">
+           <mxGeometry relative="1" as="geometry" />
+         </mxCell>
+         <mxCell id="Rnd2EKu7hbV3BZERFTsq-170" parent="WIyWlLk6GJQsqaUBKTNV-1" style="whiteSpace=wrap;strokeWidth=2;fontFamily=Helvetica;align=center;" value="IEEE123 交流配电网 2" vertex="1">
+           <mxGeometry height="51" width="194" x="330" y="970" as="geometry" />
+         </mxCell>
+         <mxCell id="Rnd2EKu7hbV3BZERFTsq-191" edge="1" parent="WIyWlLk6GJQsqaUBKTNV-1" source="Rnd2EKu7hbV3BZERFTsq-171" style="edgeStyle=orthogonalEdgeStyle;rounded=0;orthogonalLoop=1;jettySize=auto;html=1;exitX=0.5;exitY=1;exitDx=0;exitDy=0;entryX=0.5;entryY=0;entryDx=0;entryDy=0;" target="Rnd2EKu7hbV3BZERFTsq-172">
+           <mxGeometry relative="1" as="geometry" />
+         </mxCell>
+         <mxCell id="Rnd2EKu7hbV3BZERFTsq-171" parent="WIyWlLk6GJQsqaUBKTNV-1" style="whiteSpace=wrap;strokeWidth=2;fontFamily=Helvetica;" value="VSC 换流器" vertex="1">
+           <mxGeometry height="51" width="130" x="101" y="1041" as="geometry" />
+         </mxCell>
+         <mxCell id="Rnd2EKu7hbV3BZERFTsq-192" edge="1" parent="WIyWlLk6GJQsqaUBKTNV-1" source="Rnd2EKu7hbV3BZERFTsq-172" style="edgeStyle=orthogonalEdgeStyle;rounded=0;orthogonalLoop=1;jettySize=auto;html=1;exitX=0.5;exitY=1;exitDx=0;exitDy=0;entryX=0.5;entryY=0;entryDx=0;entryDy=0;" target="Rnd2EKu7hbV3BZERFTsq-173">
+           <mxGeometry relative="1" as="geometry" />
+         </mxCell>
+         <mxCell id="Rnd2EKu7hbV3BZERFTsq-172" parent="WIyWlLk6GJQsqaUBKTNV-1" style="whiteSpace=wrap;strokeWidth=2;fontFamily=Helvetica;" value="直流母线 1" vertex="1">
+           <mxGeometry height="51" width="128" x="102" y="1120" as="geometry" />
+         </mxCell>
+         <mxCell id="Rnd2EKu7hbV3BZERFTsq-173" parent="WIyWlLk6GJQsqaUBKTNV-1" style="whiteSpace=wrap;strokeWidth=2;fontFamily=Helvetica;" value="直流子网 1&#xa;储能 + 光伏&#xa;+ 大量新增 PV 阵列" vertex="1">
+           <mxGeometry height="70" width="160" x="86" y="1200" as="geometry" />
+         </mxCell>
+         <mxCell id="Rnd2EKu7hbV3BZERFTsq-194" edge="1" parent="WIyWlLk6GJQsqaUBKTNV-1" source="Rnd2EKu7hbV3BZERFTsq-174" style="edgeStyle=orthogonalEdgeStyle;rounded=0;orthogonalLoop=1;jettySize=auto;html=1;exitX=0.5;exitY=1;exitDx=0;exitDy=0;entryX=0.5;entryY=0;entryDx=0;entryDy=0;" target="Rnd2EKu7hbV3BZERFTsq-175">
+           <mxGeometry relative="1" as="geometry" />
+         </mxCell>
+         <mxCell id="Rnd2EKu7hbV3BZERFTsq-174" parent="WIyWlLk6GJQsqaUBKTNV-1" style="whiteSpace=wrap;strokeWidth=2;fontFamily=Helvetica;align=center;" value="VSC 换流器" vertex="1">
+           <mxGeometry height="51" width="130" x="363" y="1041" as="geometry" />
+         </mxCell>
+         <mxCell id="Rnd2EKu7hbV3BZERFTsq-184" edge="1" parent="WIyWlLk6GJQsqaUBKTNV-1" source="Rnd2EKu7hbV3BZERFTsq-175" style="edgeStyle=orthogonalEdgeStyle;rounded=0;orthogonalLoop=1;jettySize=auto;html=1;exitX=0.5;exitY=0;exitDx=0;exitDy=0;">
+           <mxGeometry relative="1" as="geometry">
+             <mxPoint x="428.75" y="1130" as="targetPoint" />
+           </mxGeometry>
+         </mxCell>
+         <mxCell id="Rnd2EKu7hbV3BZERFTsq-195" edge="1" parent="WIyWlLk6GJQsqaUBKTNV-1" source="Rnd2EKu7hbV3BZERFTsq-175" style="edgeStyle=orthogonalEdgeStyle;rounded=0;orthogonalLoop=1;jettySize=auto;html=1;exitX=0.5;exitY=1;exitDx=0;exitDy=0;entryX=0.5;entryY=0;entryDx=0;entryDy=0;" target="Rnd2EKu7hbV3BZERFTsq-176">
+           <mxGeometry relative="1" as="geometry" />
+         </mxCell>
+         <mxCell id="Rnd2EKu7hbV3BZERFTsq-175" parent="WIyWlLk6GJQsqaUBKTNV-1" style="whiteSpace=wrap;strokeWidth=2;fontFamily=Helvetica;align=center;" value="直流母线 2" vertex="1">
+           <mxGeometry height="51" width="128" x="365" y="1120" as="geometry" />
+         </mxCell>
+         <mxCell id="Rnd2EKu7hbV3BZERFTsq-176" parent="WIyWlLk6GJQsqaUBKTNV-1" style="whiteSpace=wrap;strokeWidth=2;fontFamily=Helvetica;align=center;" value="直流子网 2&#xa;储能 + 光伏&#xa;+ 纯电阻负载链" vertex="1">
+           <mxGeometry height="70" width="156" x="351" y="1200" as="geometry" />
+         </mxCell>
+         <mxCell id="Rnd2EKu7hbV3BZERFTsq-199" parent="WIyWlLk6GJQsqaUBKTNV-1" style="rounded=0;whiteSpace=wrap;html=1;dashed=1;dashPattern=8 8;" value="" vertex="1">
+           <mxGeometry height="340" width="260" x="320" y="950" as="geometry" />
+         </mxCell>
      </root>
    </mxGraphModel>
  </diagram>
</mxfile>
